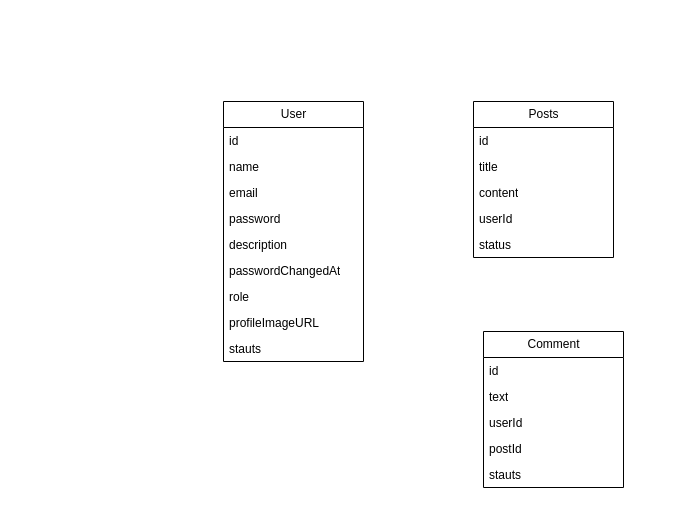
The draw.io diagram diagramaentidadRelacion.drawio in aglagithub/blog, before the edit. Source tidied: cells renumbered, new cells numbered last; positions are measured from the earlier drawing's top-left corner, leaving out a move shared by most shapes. Both pictures are drawn from the tidied source at 100%, with x=0, y=0 at pixel (223, 101).
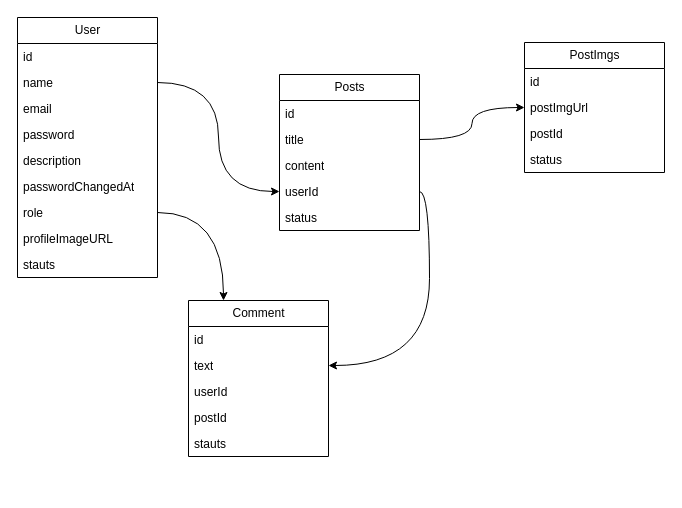
The same diagram, later.

Unchanged cells that the change refers to:
```xml
<mxCell id="4" value="title" style="text;strokeColor=none;fillColor=none;align=left;verticalAlign=top;spacingLeft=4;spacingRight=4;overflow=hidden;points=[[0,0.5],[1,0.5]];portConstraint=eastwest;whiteSpace=wrap;html=1;" parent="2" vertex="1">
  <mxGeometry y="52" width="140" height="26" as="geometry" />
</mxCell>
<mxCell id="6" value="userId" style="text;strokeColor=none;fillColor=none;align=left;verticalAlign=top;spacingLeft=4;spacingRight=4;overflow=hidden;points=[[0,0.5],[1,0.5]];portConstraint=eastwest;whiteSpace=wrap;html=1;" parent="2" vertex="1">
  <mxGeometry y="104" width="140" height="26" as="geometry" />
</mxCell>
<mxCell id="10" value="name" style="text;strokeColor=none;fillColor=none;align=left;verticalAlign=top;spacingLeft=4;spacingRight=4;overflow=hidden;points=[[0,0.5],[1,0.5]];portConstraint=eastwest;whiteSpace=wrap;html=1;" parent="8" vertex="1">
  <mxGeometry y="52" width="140" height="26" as="geometry" />
</mxCell>
<mxCell id="15" value="role" style="text;strokeColor=none;fillColor=none;align=left;verticalAlign=top;spacingLeft=4;spacingRight=4;overflow=hidden;points=[[0,0.5],[1,0.5]];portConstraint=eastwest;whiteSpace=wrap;html=1;" parent="8" vertex="1">
  <mxGeometry y="182" width="140" height="26" as="geometry" />
</mxCell>
<mxCell id="20" value="text" style="text;strokeColor=none;fillColor=none;align=left;verticalAlign=top;spacingLeft=4;spacingRight=4;overflow=hidden;points=[[0,0.5],[1,0.5]];portConstraint=eastwest;whiteSpace=wrap;html=1;" parent="18" vertex="1">
  <mxGeometry y="52" width="140" height="26" as="geometry" />
</mxCell>
```

The edit, as a diff of the source:
```diff
@@
     <mxCell id="2" value="Posts" style="swimlane;fontStyle=0;horizontal=1;startSize=26;fillColor=none;html=1;" parent="1" vertex="1">
-      <mxGeometry x="250" width="140" height="156" as="geometry" />
+      <mxGeometry x="56" y="-27" width="140" height="156" as="geometry" />
     </mxCell>
@@
     <mxCell id="8" value="User" style="swimlane;fontStyle=0;horizontal=1;startSize=26;fillColor=none;html=1;" parent="1" vertex="1">
-      <mxGeometry width="140" height="260" as="geometry" />
+      <mxGeometry x="-206" y="-84" width="140" height="260" as="geometry" />
     </mxCell>
@@
     <mxCell id="18" value="Comment" style="swimlane;fontStyle=0;horizontal=1;startSize=26;fillColor=none;html=1;" parent="1" vertex="1">
-      <mxGeometry x="260" y="230" width="140" height="156" as="geometry" />
+      <mxGeometry x="-35" y="199" width="140" height="156" as="geometry" />
     </mxCell>
@@
+    <mxCell id="24" value="PostImgs" style="swimlane;fontStyle=0;horizontal=1;startSize=26;fillColor=default;html=1;" parent="1" vertex="1">
+      <mxGeometry x="301" y="-59" width="140" height="130" as="geometry" />
+    </mxCell>
+    <mxCell id="25" value="id" style="text;strokeColor=none;fillColor=none;align=left;verticalAlign=top;spacingLeft=4;spacingRight=4;overflow=hidden;whiteSpace=wrap;html=1;" parent="24" vertex="1">
+      <mxGeometry y="26" width="140" height="26" as="geometry" />
+    </mxCell>
+    <mxCell id="26" value="postImgUrl" style="text;strokeColor=none;fillColor=none;align=left;verticalAlign=top;spacingLeft=4;spacingRight=4;overflow=hidden;points=[[0,0.5],[1,0.5]];portConstraint=eastwest;whiteSpace=wrap;html=1;" parent="24" vertex="1">
+      <mxGeometry y="52" width="140" height="26" as="geometry" />
+    </mxCell>
+    <mxCell id="27" value="postId" style="text;strokeColor=none;fillColor=none;align=left;verticalAlign=top;spacingLeft=4;spacingRight=4;overflow=hidden;whiteSpace=wrap;html=1;" parent="24" vertex="1">
+      <mxGeometry y="78" width="140" height="26" as="geometry" />
+    </mxCell>
+    <mxCell id="28" value="status" style="text;strokeColor=none;fillColor=none;align=left;verticalAlign=top;spacingLeft=4;spacingRight=4;overflow=hidden;whiteSpace=wrap;html=1;" parent="24" vertex="1">
+      <mxGeometry y="104" width="140" height="26" as="geometry" />
+    </mxCell>
+    <mxCell id="29" style="edgeStyle=orthogonalEdgeStyle;html=1;exitX=1;exitY=0.5;exitDx=0;exitDy=0;curved=1;" parent="1" edge="1" source="4" target="26">
+      <mxGeometry relative="1" as="geometry" />
+    </mxCell>
+    <mxCell id="30" style="edgeStyle=orthogonalEdgeStyle;curved=1;html=1;exitX=1;exitY=0.5;exitDx=0;exitDy=0;" parent="1" edge="1" source="6" target="20">
+      <mxGeometry relative="1" as="geometry" />
+    </mxCell>
+    <mxCell id="31" style="edgeStyle=orthogonalEdgeStyle;curved=1;html=1;entryX=0;entryY=0.5;entryDx=0;entryDy=0;" parent="1" edge="1" source="10" target="6">
+      <mxGeometry relative="1" as="geometry" />
+    </mxCell>
+    <mxCell id="32" style="edgeStyle=orthogonalEdgeStyle;curved=1;html=1;exitX=1;exitY=0.5;exitDx=0;exitDy=0;entryX=0.25;entryY=0;entryDx=0;entryDy=0;" parent="1" edge="1" source="15" target="18">
+      <mxGeometry relative="1" as="geometry" />
+    </mxCell>
```
